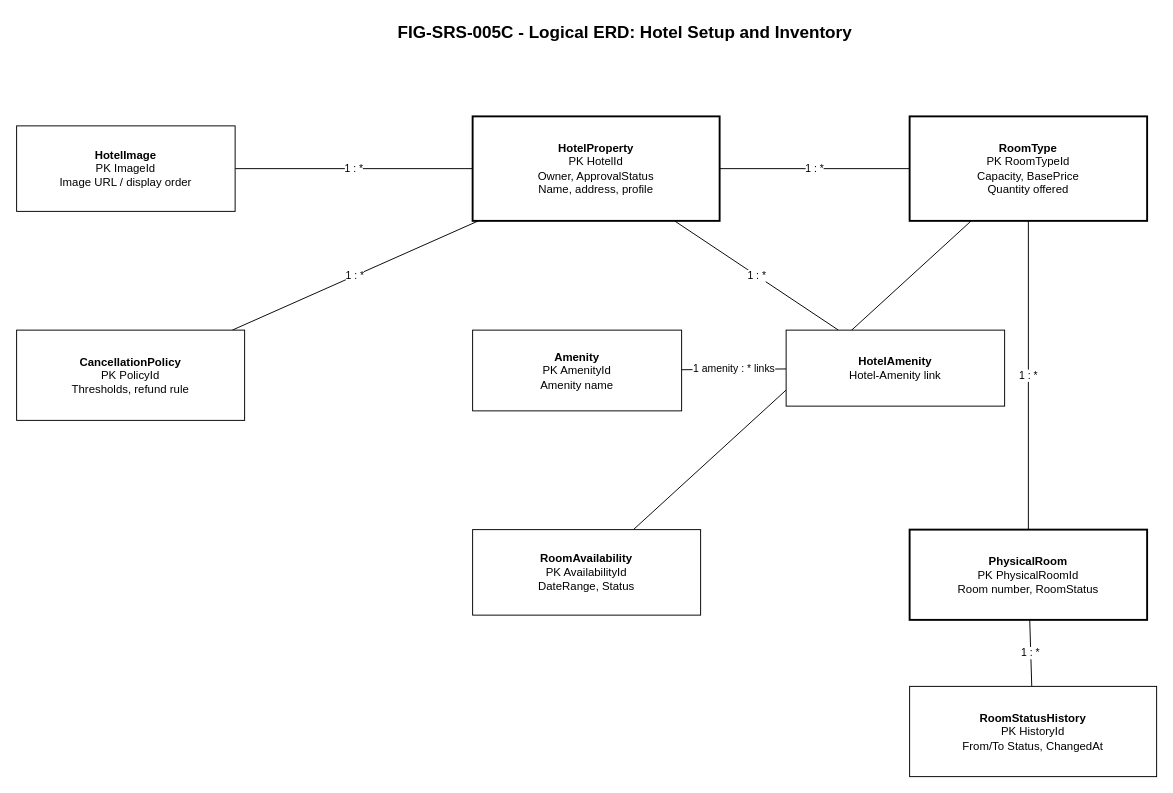
The draw.io diagram diagrams/drawio/FIG-SRS-005C_logical_erd_hotel_inventory.drawio in thaideptrai218/hotel-management-system-srs, before the edit. Source tidied: cells renumbered, new cells numbered last; positions are measured from the earlier drawing's top-left corner, leaving out a move shared by most shapes. Both pictures are drawn from the tidied source at 95%, with x=0, y=0 at pixel (16, 16).
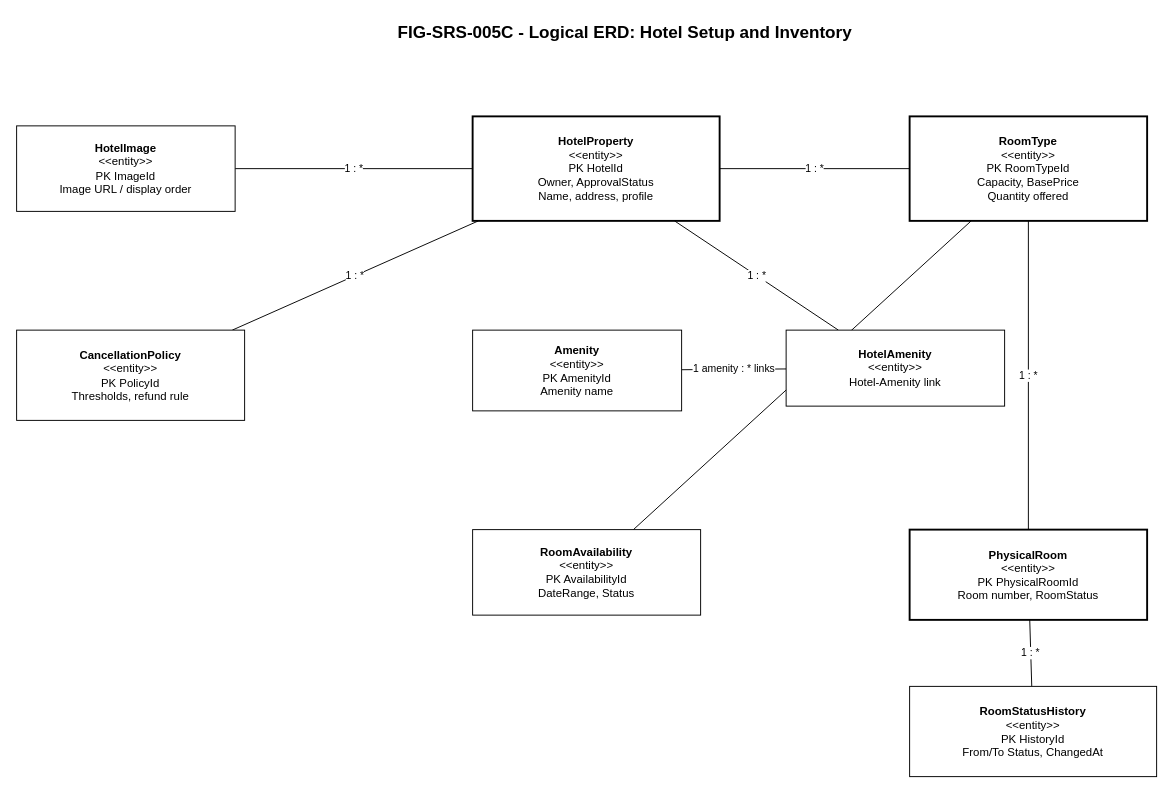
After the change.

Diff of the diagram source:
```diff
@@
 <mxGraphModel>
   <root>
     <mxCell id="0" />
     <mxCell id="1" parent="0" />
     <mxCell id="2" value="FIG-SRS-005C - Logical ERD: Hotel Setup and Inventory" style="text;html=1;strokeColor=none;fillColor=none;fontSize=18;fontStyle=1;align=center;" parent="1" vertex="1">
       <mxGeometry x="280" width="720" height="40" as="geometry" />
     </mxCell>
     <mxCell id="3" value="1 : *" style="endArrow=none;html=1;rounded=0;fontSize=11;labelBackgroundColor=#ffffff;" parent="1" edge="1" source="11" target="12">
       <mxGeometry relative="1" as="geometry" />
     </mxCell>
     <mxCell id="4" value="1 : *" style="endArrow=none;html=1;rounded=0;fontSize=11;labelBackgroundColor=#ffffff;" parent="1" edge="1" source="11" target="13">
       <mxGeometry relative="1" as="geometry" />
     </mxCell>
     <mxCell id="5" value="1 : *" style="endArrow=none;html=1;rounded=0;fontSize=11;labelBackgroundColor=#ffffff;" parent="1" edge="1" source="11" target="16">
       <mxGeometry relative="1" as="geometry" />
     </mxCell>
     <mxCell id="6" value="1 : *" style="endArrow=none;html=1;rounded=0;fontSize=11;labelBackgroundColor=#ffffff;" parent="1" edge="1" source="16" target="17">
       <mxGeometry relative="1" as="geometry" />
     </mxCell>
     <mxCell id="7" value="1 : *" style="endArrow=none;html=1;rounded=0;fontSize=11;labelBackgroundColor=#ffffff;" parent="1" edge="1" source="16" target="18">
       <mxGeometry relative="1" as="geometry" />
     </mxCell>
     <mxCell id="8" value="1 : *" style="endArrow=none;html=1;rounded=0;fontSize=11;labelBackgroundColor=#ffffff;" parent="1" edge="1" source="17" target="19">
       <mxGeometry relative="1" as="geometry" />
     </mxCell>
     <mxCell id="9" value="1 : *" style="endArrow=none;html=1;rounded=0;fontSize=11;labelBackgroundColor=#ffffff;" parent="1" edge="1" source="11" target="15">
       <mxGeometry relative="1" as="geometry" />
     </mxCell>
     <mxCell id="10" value="1 amenity : * links" style="endArrow=none;html=1;rounded=0;fontSize=11;labelBackgroundColor=#ffffff;" parent="1" edge="1" source="14" target="15">
       <mxGeometry relative="1" as="geometry" />
     </mxCell>
-    <mxCell id="11" value="&lt;b&gt;HotelProperty&lt;/b&gt;&#10;PK HotelId&#10;Owner, ApprovalStatus&#10;Name, address, profile" style="rounded=0;whiteSpace=wrap;html=1;fontSize=12;fillColor=#ffffff;strokeWidth=2;" parent="1" vertex="1">
+    <mxCell id="11" value="&lt;b&gt;HotelProperty&lt;/b&gt;&#10;&amp;lt;&amp;lt;entity&amp;gt;&amp;gt;&#10;PK HotelId&#10;Owner, ApprovalStatus&#10;Name, address, profile" style="rounded=0;whiteSpace=wrap;html=1;fontSize=12;fillColor=#ffffff;strokeWidth=2;" parent="1" vertex="1">
       <mxGeometry x="480" y="105" width="260" height="110" as="geometry" />
     </mxCell>
-    <mxCell id="12" value="&lt;b&gt;HotelImage&lt;/b&gt;&#10;PK ImageId&#10;Image URL / display order" style="rounded=0;whiteSpace=wrap;html=1;fontSize=12;fillColor=#ffffff;" parent="1" vertex="1">
+    <mxCell id="12" value="&lt;b&gt;HotelImage&lt;/b&gt;&#10;&amp;lt;&amp;lt;entity&amp;gt;&amp;gt;&#10;PK ImageId&#10;Image URL / display order" style="rounded=0;whiteSpace=wrap;html=1;fontSize=12;fillColor=#ffffff;" parent="1" vertex="1">
       <mxGeometry y="115" width="230" height="90" as="geometry" />
     </mxCell>
-    <mxCell id="13" value="&lt;b&gt;CancellationPolicy&lt;/b&gt;&#10;PK PolicyId&#10;Thresholds, refund rule" style="rounded=0;whiteSpace=wrap;html=1;fontSize=12;fillColor=#ffffff;" parent="1" vertex="1">
+    <mxCell id="13" value="&lt;b&gt;CancellationPolicy&lt;/b&gt;&#10;&amp;lt;&amp;lt;entity&amp;gt;&amp;gt;&#10;PK PolicyId&#10;Thresholds, refund rule" style="rounded=0;whiteSpace=wrap;html=1;fontSize=12;fillColor=#ffffff;" parent="1" vertex="1">
       <mxGeometry y="330" width="240" height="95" as="geometry" />
     </mxCell>
-    <mxCell id="14" value="&lt;b&gt;Amenity&lt;/b&gt;&#10;PK AmenityId&#10;Amenity name" style="rounded=0;whiteSpace=wrap;html=1;fontSize=12;fillColor=#ffffff;" parent="1" vertex="1">
+    <mxCell id="14" value="&lt;b&gt;Amenity&lt;/b&gt;&#10;&amp;lt;&amp;lt;entity&amp;gt;&amp;gt;&#10;PK AmenityId&#10;Amenity name" style="rounded=0;whiteSpace=wrap;html=1;fontSize=12;fillColor=#ffffff;" parent="1" vertex="1">
       <mxGeometry x="480" y="330" width="220" height="85" as="geometry" />
     </mxCell>
-    <mxCell id="15" value="&lt;b&gt;HotelAmenity&lt;/b&gt;&#10;Hotel-Amenity link" style="rounded=0;whiteSpace=wrap;html=1;fontSize=12;fillColor=#ffffff;" parent="1" vertex="1">
+    <mxCell id="15" value="&lt;b&gt;HotelAmenity&lt;/b&gt;&#10;&amp;lt;&amp;lt;entity&amp;gt;&amp;gt;&#10;Hotel-Amenity link" style="rounded=0;whiteSpace=wrap;html=1;fontSize=12;fillColor=#ffffff;" parent="1" vertex="1">
       <mxGeometry x="810" y="330" width="230" height="80" as="geometry" />
     </mxCell>
-    <mxCell id="16" value="&lt;b&gt;RoomType&lt;/b&gt;&#10;PK RoomTypeId&#10;Capacity, BasePrice&#10;Quantity offered" style="rounded=0;whiteSpace=wrap;html=1;fontSize=12;fillColor=#ffffff;strokeWidth=2;" parent="1" vertex="1">
+    <mxCell id="16" value="&lt;b&gt;RoomType&lt;/b&gt;&#10;&amp;lt;&amp;lt;entity&amp;gt;&amp;gt;&#10;PK RoomTypeId&#10;Capacity, BasePrice&#10;Quantity offered" style="rounded=0;whiteSpace=wrap;html=1;fontSize=12;fillColor=#ffffff;strokeWidth=2;" parent="1" vertex="1">
       <mxGeometry x="940" y="105" width="250" height="110" as="geometry" />
     </mxCell>
-    <mxCell id="17" value="&lt;b&gt;PhysicalRoom&lt;/b&gt;&#10;PK PhysicalRoomId&#10;Room number, RoomStatus" style="rounded=0;whiteSpace=wrap;html=1;fontSize=12;fillColor=#ffffff;strokeWidth=2;" parent="1" vertex="1">
+    <mxCell id="17" value="&lt;b&gt;PhysicalRoom&lt;/b&gt;&#10;&amp;lt;&amp;lt;entity&amp;gt;&amp;gt;&#10;PK PhysicalRoomId&#10;Room number, RoomStatus" style="rounded=0;whiteSpace=wrap;html=1;fontSize=12;fillColor=#ffffff;strokeWidth=2;" parent="1" vertex="1">
       <mxGeometry x="940" y="540" width="250" height="95" as="geometry" />
     </mxCell>
-    <mxCell id="18" value="&lt;b&gt;RoomAvailability&lt;/b&gt;&#10;PK AvailabilityId&#10;DateRange, Status" style="rounded=0;whiteSpace=wrap;html=1;fontSize=12;fillColor=#ffffff;" parent="1" vertex="1">
+    <mxCell id="18" value="&lt;b&gt;RoomAvailability&lt;/b&gt;&#10;&amp;lt;&amp;lt;entity&amp;gt;&amp;gt;&#10;PK AvailabilityId&#10;DateRange, Status" style="rounded=0;whiteSpace=wrap;html=1;fontSize=12;fillColor=#ffffff;" parent="1" vertex="1">
       <mxGeometry x="480" y="540" width="240" height="90" as="geometry" />
     </mxCell>
-    <mxCell id="19" value="&lt;b&gt;RoomStatusHistory&lt;/b&gt;&#10;PK HistoryId&#10;From/To Status, ChangedAt" style="rounded=0;whiteSpace=wrap;html=1;fontSize=12;fillColor=#ffffff;" parent="1" vertex="1">
+    <mxCell id="19" value="&lt;b&gt;RoomStatusHistory&lt;/b&gt;&#10;&amp;lt;&amp;lt;entity&amp;gt;&amp;gt;&#10;PK HistoryId&#10;From/To Status, ChangedAt" style="rounded=0;whiteSpace=wrap;html=1;fontSize=12;fillColor=#ffffff;" parent="1" vertex="1">
       <mxGeometry x="940" y="705" width="260" height="95" as="geometry" />
     </mxCell>
   </root>
 </mxGraphModel>
```
